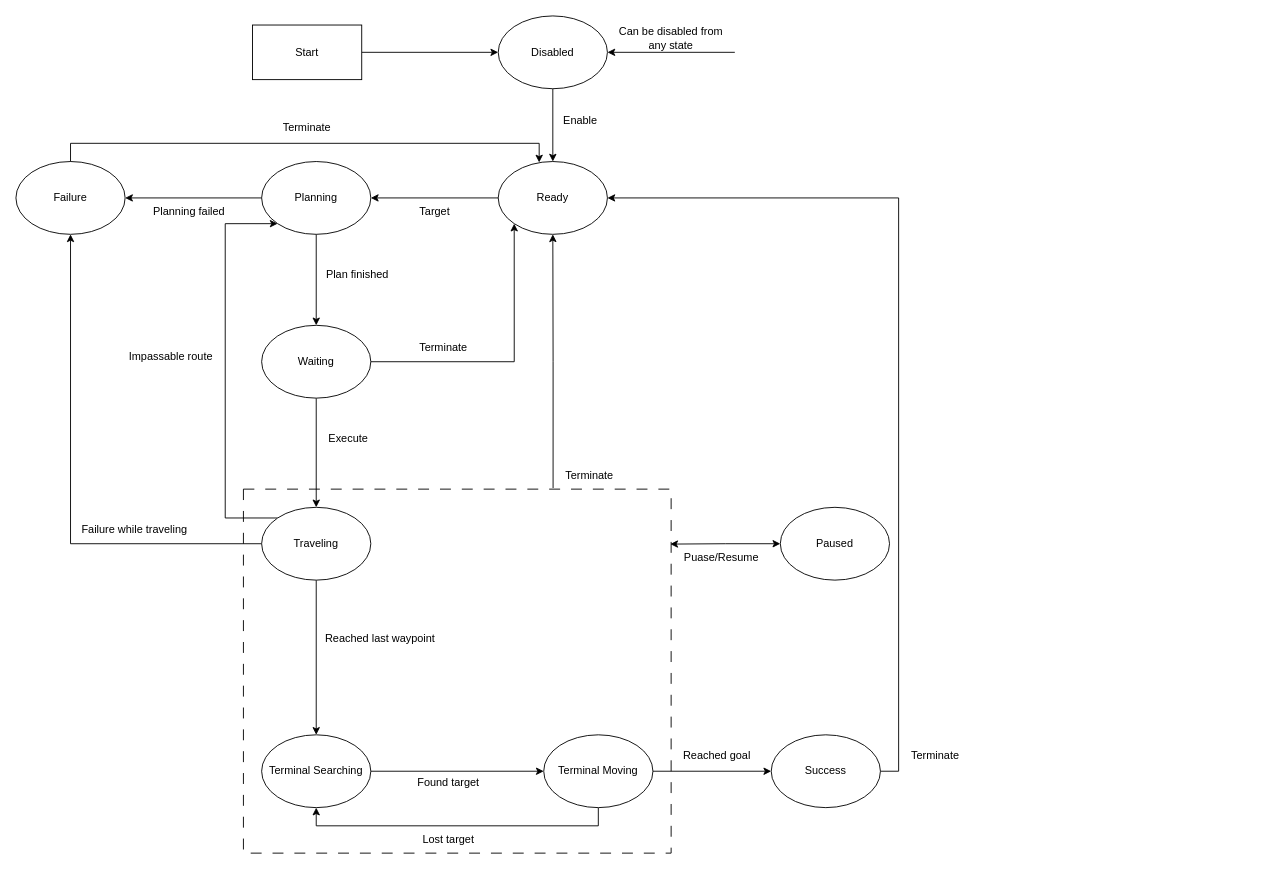
The draw.io diagram State Machine.drawio in GonzagaRobotics/AutoNav, before the edit. Source tidied: cells renumbered, new cells numbered last; positions are measured from the earlier drawing's top-left corner, leaving out a move shared by most shapes. Both pictures are drawn from the tidied source at 91%, with x=0, y=0 at pixel (15, 15).
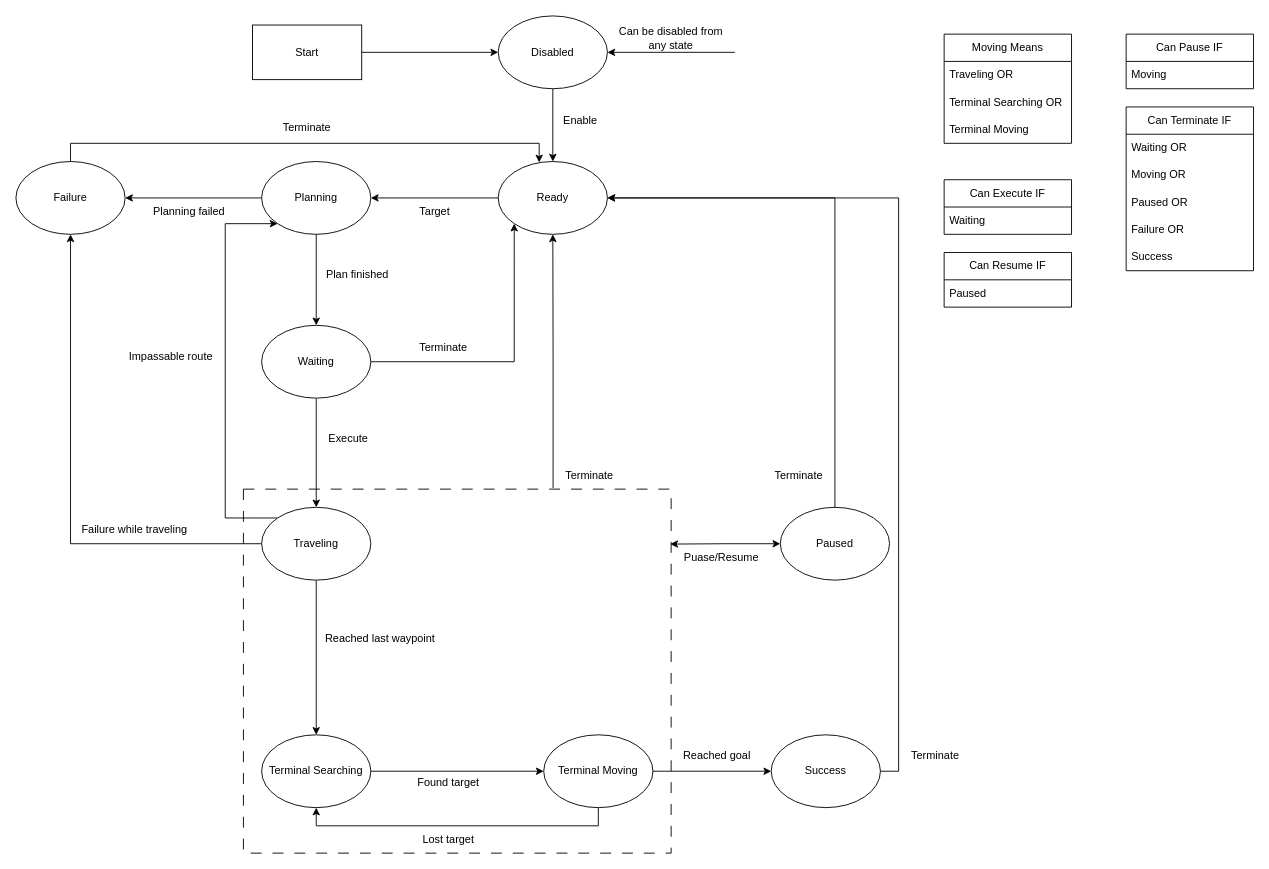
The same page after the edit.

The change refers to these unchanged cells:
```xml
<mxCell id="7" value="Ready" style="ellipse;whiteSpace=wrap;html=1;" parent="1" vertex="1">
  <mxGeometry x="530" y="160" width="120" height="80" as="geometry" />
</mxCell>
<mxCell id="22" value="Paused" style="ellipse;whiteSpace=wrap;html=1;" parent="1" vertex="1">
  <mxGeometry x="840" y="540" width="120" height="80" as="geometry" />
</mxCell>
```

What changed in the source:
```diff
@@
+    <mxCell id="49" style="edgeStyle=orthogonalEdgeStyle;rounded=0;jettySize=auto;html=1;exitX=0.5;exitY=0;exitDx=0;exitDy=0;entryX=1;entryY=0.5;entryDx=0;entryDy=0;" parent="1" edge="1" source="22" target="7">
+      <mxGeometry relative="1" as="geometry" />
+    </mxCell>
@@
+    <mxCell id="50" value="Can Execute IF" style="swimlane;fontStyle=0;horizontal=1;startSize=30;whiteSpace=wrap;html=1;" parent="1" vertex="1">
+      <mxGeometry x="1020" y="180" width="140" height="60" as="geometry" />
+    </mxCell>
+    <mxCell id="51" value="Waiting" style="text;strokeColor=none;fillColor=none;align=left;verticalAlign=middle;spacingLeft=4;spacingRight=4;overflow=hidden;whiteSpace=wrap;html=1;" parent="50" vertex="1">
+      <mxGeometry y="30" width="140" height="30" as="geometry" />
+    </mxCell>
+    <mxCell id="52" value="Can Pause IF" style="swimlane;fontStyle=0;horizontal=1;startSize=30;whiteSpace=wrap;html=1;" parent="1" vertex="1">
+      <mxGeometry x="1220" y="20" width="140" height="60" as="geometry" />
+    </mxCell>
+    <mxCell id="53" value="Moving" style="text;strokeColor=none;fillColor=none;align=left;verticalAlign=middle;spacingLeft=4;spacingRight=4;overflow=hidden;whiteSpace=wrap;html=1;" parent="52" vertex="1">
+      <mxGeometry y="30" width="140" height="30" as="geometry" />
+    </mxCell>
+    <mxCell id="54" value="Can Resume IF" style="swimlane;fontStyle=0;horizontal=1;startSize=30;whiteSpace=wrap;html=1;" parent="1" vertex="1">
+      <mxGeometry x="1020" y="260" width="140" height="60" as="geometry" />
+    </mxCell>
+    <mxCell id="55" value="Paused" style="text;strokeColor=none;fillColor=none;align=left;verticalAlign=middle;spacingLeft=4;spacingRight=4;overflow=hidden;whiteSpace=wrap;html=1;" parent="54" vertex="1">
+      <mxGeometry y="30" width="140" height="30" as="geometry" />
+    </mxCell>
+    <mxCell id="56" value="Can Terminate IF" style="swimlane;fontStyle=0;horizontal=1;startSize=30;whiteSpace=wrap;html=1;" parent="1" vertex="1">
+      <mxGeometry x="1220" y="100" width="140" height="180" as="geometry" />
+    </mxCell>
+    <mxCell id="57" value="Waiting OR" style="text;strokeColor=none;fillColor=none;align=left;verticalAlign=middle;spacingLeft=4;spacingRight=4;overflow=hidden;whiteSpace=wrap;html=1;" parent="56" vertex="1">
+      <mxGeometry y="30" width="140" height="30" as="geometry" />
+    </mxCell>
+    <mxCell id="58" value="Moving OR" style="text;strokeColor=none;fillColor=none;align=left;verticalAlign=middle;spacingLeft=4;spacingRight=4;overflow=hidden;whiteSpace=wrap;html=1;" parent="56" vertex="1">
+      <mxGeometry y="60" width="140" height="30" as="geometry" />
+    </mxCell>
+    <mxCell id="59" value="Paused OR" style="text;strokeColor=none;fillColor=none;align=left;verticalAlign=middle;spacingLeft=4;spacingRight=4;overflow=hidden;whiteSpace=wrap;html=1;" parent="56" vertex="1">
+      <mxGeometry y="90" width="140" height="30" as="geometry" />
+    </mxCell>
+    <mxCell id="60" value="Failure OR" style="text;strokeColor=none;fillColor=none;align=left;verticalAlign=middle;spacingLeft=4;spacingRight=4;overflow=hidden;whiteSpace=wrap;html=1;" parent="56" vertex="1">
+      <mxGeometry y="120" width="140" height="30" as="geometry" />
+    </mxCell>
+    <mxCell id="61" value="Success" style="text;strokeColor=none;fillColor=none;align=left;verticalAlign=middle;spacingLeft=4;spacingRight=4;overflow=hidden;whiteSpace=wrap;html=1;" parent="56" vertex="1">
+      <mxGeometry y="150" width="140" height="30" as="geometry" />
+    </mxCell>
+    <mxCell id="62" value="Moving Means" style="swimlane;fontStyle=0;horizontal=1;startSize=30;whiteSpace=wrap;html=1;" parent="1" vertex="1">
+      <mxGeometry x="1020" y="20" width="140" height="120" as="geometry" />
+    </mxCell>
+    <mxCell id="63" value="Traveling OR" style="text;strokeColor=none;fillColor=none;align=left;verticalAlign=middle;spacingLeft=4;spacingRight=4;overflow=hidden;whiteSpace=wrap;html=1;" parent="62" vertex="1">
+      <mxGeometry y="30" width="140" height="30" as="geometry" />
+    </mxCell>
+    <mxCell id="64" value="Terminal Searching OR" style="text;strokeColor=none;fillColor=none;align=left;verticalAlign=middle;spacingLeft=4;spacingRight=4;overflow=hidden;whiteSpace=wrap;html=1;" parent="62" vertex="1">
+      <mxGeometry y="60" width="140" height="30" as="geometry" />
+    </mxCell>
+    <mxCell id="65" value="Terminal Moving" style="text;strokeColor=none;fillColor=none;align=left;verticalAlign=middle;spacingLeft=4;spacingRight=4;overflow=hidden;whiteSpace=wrap;html=1;" parent="62" vertex="1">
+      <mxGeometry y="90" width="140" height="30" as="geometry" />
+    </mxCell>
+    <mxCell id="66" value="Terminate" style="text;html=1;align=center;verticalAlign=middle;strokeColor=none;fillColor=none;" parent="1" vertex="1">
+      <mxGeometry x="820" y="490" width="80" height="30" as="geometry" />
+    </mxCell>
```
